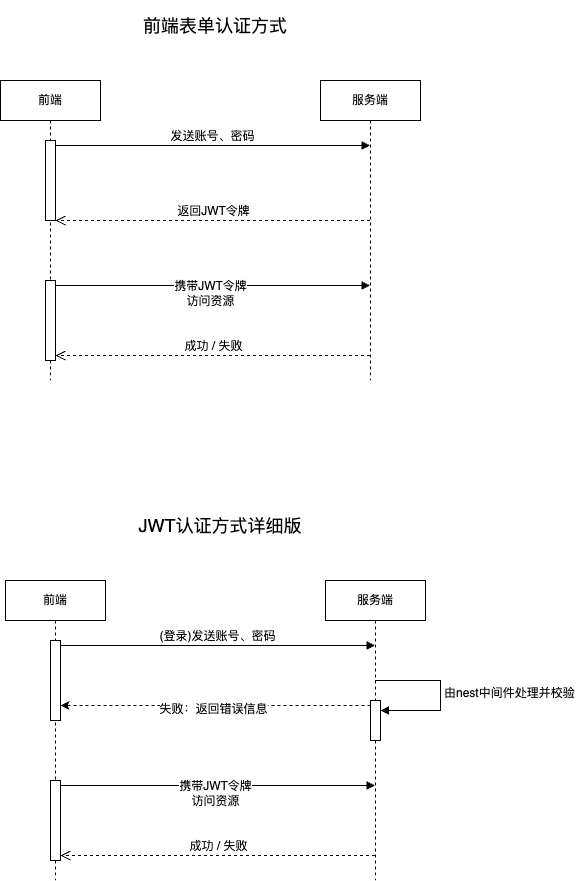
This is Web认证方式.drawio.png from JYbill/draw, a draw.io export, as it was before one commit. Source tidied: cells renumbered, new cells last; positions are measured from the earlier drawing's top-left corner, leaving out a move shared by most shapes.
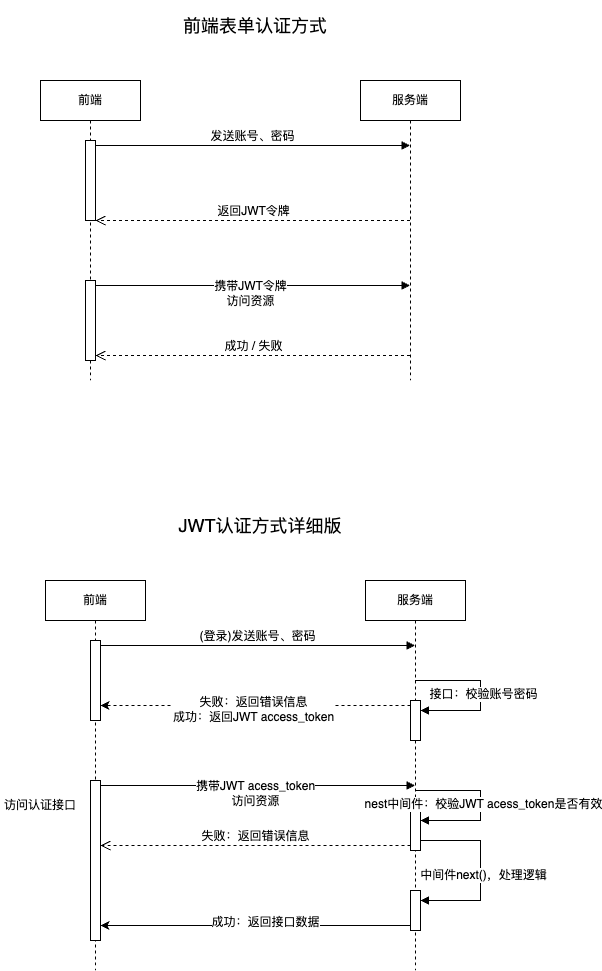
After the commit.

Commit message:
更新Web认证方式.drawio.png

What changed in the source:
```diff
@@ -30,24 +30,24 @@
       <mxGeometry relative="1" as="geometry" />
     </mxCell>
     <mxCell id="11" value="前端" style="shape=umlLifeline;perimeter=lifelinePerimeter;whiteSpace=wrap;html=1;newEdgeStyle={&quot;curved&quot;:0,&quot;rounded&quot;:0};" parent="1" vertex="1">
-      <mxGeometry x="5" y="580" width="100" height="300" as="geometry" />
+      <mxGeometry x="5" y="580" width="100" height="390" as="geometry" />
     </mxCell>
     <mxCell id="12" style="html=1;points=[[0,0,0,0,5],[0,1,0,0,-5],[1,0,0,0,5],[1,1,0,0,-5]];perimeter=orthogonalPerimeter;outlineConnect=0;targetShapes=umlLifeline;portConstraint=eastwest;newEdgeStyle={&quot;curved&quot;:0,&quot;rounded&quot;:0};" parent="11" vertex="1">
       <mxGeometry x="45" y="60" width="10" height="80" as="geometry" />
     </mxCell>
     <mxCell id="13" style="html=1;points=[[0,0,0,0,5],[0,1,0,0,-5],[1,0,0,0,5],[1,1,0,0,-5]];perimeter=orthogonalPerimeter;outlineConnect=0;targetShapes=umlLifeline;portConstraint=eastwest;newEdgeStyle={&quot;curved&quot;:0,&quot;rounded&quot;:0};" parent="11" vertex="1">
-      <mxGeometry x="45" y="200" width="10" height="80" as="geometry" />
+      <mxGeometry x="45" y="200" width="10" height="160" as="geometry" />
     </mxCell>
     <mxCell id="14" value="JWT认证方式详细版" style="text;html=1;strokeColor=none;fillColor=none;align=center;verticalAlign=middle;whiteSpace=wrap;rounded=0;fontSize=18;" parent="1" vertex="1">
       <mxGeometry x="85" y="500" width="270" height="50" as="geometry" />
     </mxCell>
     <mxCell id="15" value="服务端" style="shape=umlLifeline;perimeter=lifelinePerimeter;whiteSpace=wrap;html=1;outlineConnect=0;portConstraint=eastwest;newEdgeStyle={&quot;curved&quot;:0,&quot;rounded&quot;:0};" parent="1" vertex="1">
-      <mxGeometry x="325" y="580" width="100" height="300" as="geometry" />
+      <mxGeometry x="325" y="580" width="100" height="390" as="geometry" />
     </mxCell>
     <mxCell id="16" style="html=1;points=[[0,0,0,0,5],[0,1,0,0,-5],[1,0,0,0,5],[1,1,0,0,-5]];perimeter=orthogonalPerimeter;outlineConnect=0;targetShapes=umlLifeline;portConstraint=eastwest;newEdgeStyle={&quot;curved&quot;:0,&quot;rounded&quot;:0};" parent="15" vertex="1">
       <mxGeometry x="45" y="120" width="10" height="40" as="geometry" />
     </mxCell>
-    <mxCell id="17" value="由nest中间件处理并校验" style="html=1;align=left;spacingLeft=2;endArrow=block;rounded=0;edgeStyle=orthogonalEdgeStyle;curved=0;rounded=0;" parent="15" edge="1" source="15" target="16">
+    <mxCell id="17" style="html=1;align=left;spacingLeft=2;endArrow=block;rounded=0;edgeStyle=orthogonalEdgeStyle;curved=0;rounded=0;" parent="15" edge="1" source="15" target="16">
       <mxGeometry relative="1" as="geometry">
         <Array as="points">
           <mxPoint x="115" y="100" />
@@ -55,13 +55,18 @@
         </Array>
       </mxGeometry>
     </mxCell>
+    <mxCell id="23" value="接口：校验账号密码" style="edgeLabel;html=1;align=center;verticalAlign=middle;" parent="17" vertex="1">
+      <mxGeometry x="0.01" y="2" relative="1" as="geometry">
+        <mxPoint y="1" as="offset" />
+      </mxGeometry>
+    </mxCell>
     <mxCell id="18" value="(登录)发送账号、密码" style="html=1;verticalAlign=bottom;endArrow=block;curved=0;rounded=0;exitX=1;exitY=0;exitDx=0;exitDy=5;exitPerimeter=0;" parent="1" edge="1" source="12" target="15">
       <mxGeometry relative="1" as="geometry" />
     </mxCell>
-    <mxCell id="19" value="携带JWT令牌&lt;br&gt;访问资源" style="html=1;verticalAlign=bottom;endArrow=block;curved=0;rounded=0;exitX=1;exitY=0;exitDx=0;exitDy=5;exitPerimeter=0;" parent="1" edge="1" source="13" target="15">
+    <mxCell id="19" value="携带JWT acess_token&lt;br&gt;访问资源" style="html=1;verticalAlign=bottom;endArrow=block;curved=0;rounded=0;exitX=1;exitY=0;exitDx=0;exitDy=5;exitPerimeter=0;" parent="1" edge="1" source="13" target="15">
       <mxGeometry x="-0.01" y="-25" relative="1" as="geometry" />
     </mxCell>
-    <mxCell id="20" value="成功 / 失败" style="html=1;verticalAlign=bottom;endArrow=open;dashed=1;endSize=8;curved=0;rounded=0;entryX=1;entryY=1;entryDx=0;entryDy=-5;entryPerimeter=0;" parent="1" edge="1" source="15" target="13">
+    <mxCell id="20" value="失败：返回错误信息" style="html=1;verticalAlign=bottom;endArrow=open;dashed=1;endSize=8;curved=0;rounded=0;exitX=0;exitY=1;exitDx=0;exitDy=-5;exitPerimeter=0;" parent="1" edge="1" source="25" target="13">
       <mxGeometry relative="1" as="geometry" />
     </mxCell>
     <mxCell id="21" style="edgeStyle=orthogonalEdgeStyle;rounded=0;jettySize=auto;html=1;curved=0;exitX=0;exitY=0;exitDx=0;exitDy=5;exitPerimeter=0;dashed=1;" parent="1" edge="1" source="16" target="12">
@@ -72,8 +77,53 @@
         </Array>
       </mxGeometry>
     </mxCell>
-    <mxCell id="22" value="失败：返回错误信息" style="edgeLabel;html=1;align=center;verticalAlign=middle;" parent="21" vertex="1">
+    <mxCell id="22" value="失败：返回错误信息&lt;br&gt;成功：返回JWT access_token" style="edgeLabel;html=1;align=center;verticalAlign=middle;" parent="21" vertex="1">
       <mxGeometry x="0.02" y="3" relative="1" as="geometry" />
     </mxCell>
+    <mxCell id="24" value="访问认证接口" style="text;html=1;strokeColor=none;fillColor=none;align=center;verticalAlign=middle;whiteSpace=wrap;rounded=0;" parent="1" vertex="1">
+      <mxGeometry x="-40" y="790" width="80" height="30" as="geometry" />
+    </mxCell>
+    <mxCell id="25" style="html=1;points=[[0,0,0,0,5],[0,1,0,0,-5],[1,0,0,0,5],[1,1,0,0,-5]];perimeter=orthogonalPerimeter;outlineConnect=0;targetShapes=umlLifeline;portConstraint=eastwest;newEdgeStyle={&quot;curved&quot;:0,&quot;rounded&quot;:0};" parent="1" vertex="1">
+      <mxGeometry x="370" y="810" width="10" height="40" as="geometry" />
+    </mxCell>
+    <mxCell id="26" style="html=1;align=left;spacingLeft=2;endArrow=block;rounded=0;edgeStyle=orthogonalEdgeStyle;curved=0;rounded=0;" parent="1" edge="1" source="15" target="25">
+      <mxGeometry relative="1" as="geometry">
+        <Array as="points">
+          <mxPoint x="440" y="790" />
+          <mxPoint x="440" y="820" />
+        </Array>
+      </mxGeometry>
+    </mxCell>
+    <mxCell id="27" value="nest中间件：校验JWT acess_token是否有效" style="edgeLabel;html=1;align=center;verticalAlign=middle;" parent="26" vertex="1">
+      <mxGeometry x="0.01" y="2" relative="1" as="geometry">
+        <mxPoint y="1" as="offset" />
+      </mxGeometry>
+    </mxCell>
+    <mxCell id="28" style="edgeStyle=orthogonalEdgeStyle;rounded=0;jettySize=auto;html=1;curved=0;exitX=0;exitY=1;exitDx=0;exitDy=-5;exitPerimeter=0;" parent="1" edge="1" source="30" target="13">
+      <mxGeometry relative="1" as="geometry">
+        <Array as="points">
+          <mxPoint x="140" y="925" />
+          <mxPoint x="140" y="925" />
+        </Array>
+      </mxGeometry>
+    </mxCell>
+    <mxCell id="29" value="成功：返回接口数据" style="edgeLabel;html=1;align=center;verticalAlign=middle;" parent="28" vertex="1">
+      <mxGeometry x="-0.06" y="-4" relative="1" as="geometry" />
+    </mxCell>
+    <mxCell id="30" style="html=1;points=[[0,0,0,0,5],[0,1,0,0,-5],[1,0,0,0,5],[1,1,0,0,-5]];perimeter=orthogonalPerimeter;outlineConnect=0;targetShapes=umlLifeline;portConstraint=eastwest;newEdgeStyle={&quot;curved&quot;:0,&quot;rounded&quot;:0};" parent="1" vertex="1">
+      <mxGeometry x="370" y="890" width="10" height="40" as="geometry" />
+    </mxCell>
+    <mxCell id="31" style="html=1;align=left;spacingLeft=2;endArrow=block;rounded=0;edgeStyle=orthogonalEdgeStyle;curved=0;rounded=0;exitX=1;exitY=1;exitDx=0;exitDy=-5;exitPerimeter=0;" parent="1" edge="1" source="25" target="30">
+      <mxGeometry relative="1" as="geometry">
+        <Array as="points">
+          <mxPoint x="380" y="840" />
+          <mxPoint x="440" y="840" />
+          <mxPoint x="440" y="900" />
+        </Array>
+      </mxGeometry>
+    </mxCell>
+    <mxCell id="32" value="中间件next()，处理逻辑" style="edgeLabel;html=1;align=center;verticalAlign=middle;" parent="31" vertex="1">
+      <mxGeometry x="0.07" y="2" relative="1" as="geometry" />
+    </mxCell>
   </root>
 </mxGraphModel>
```
